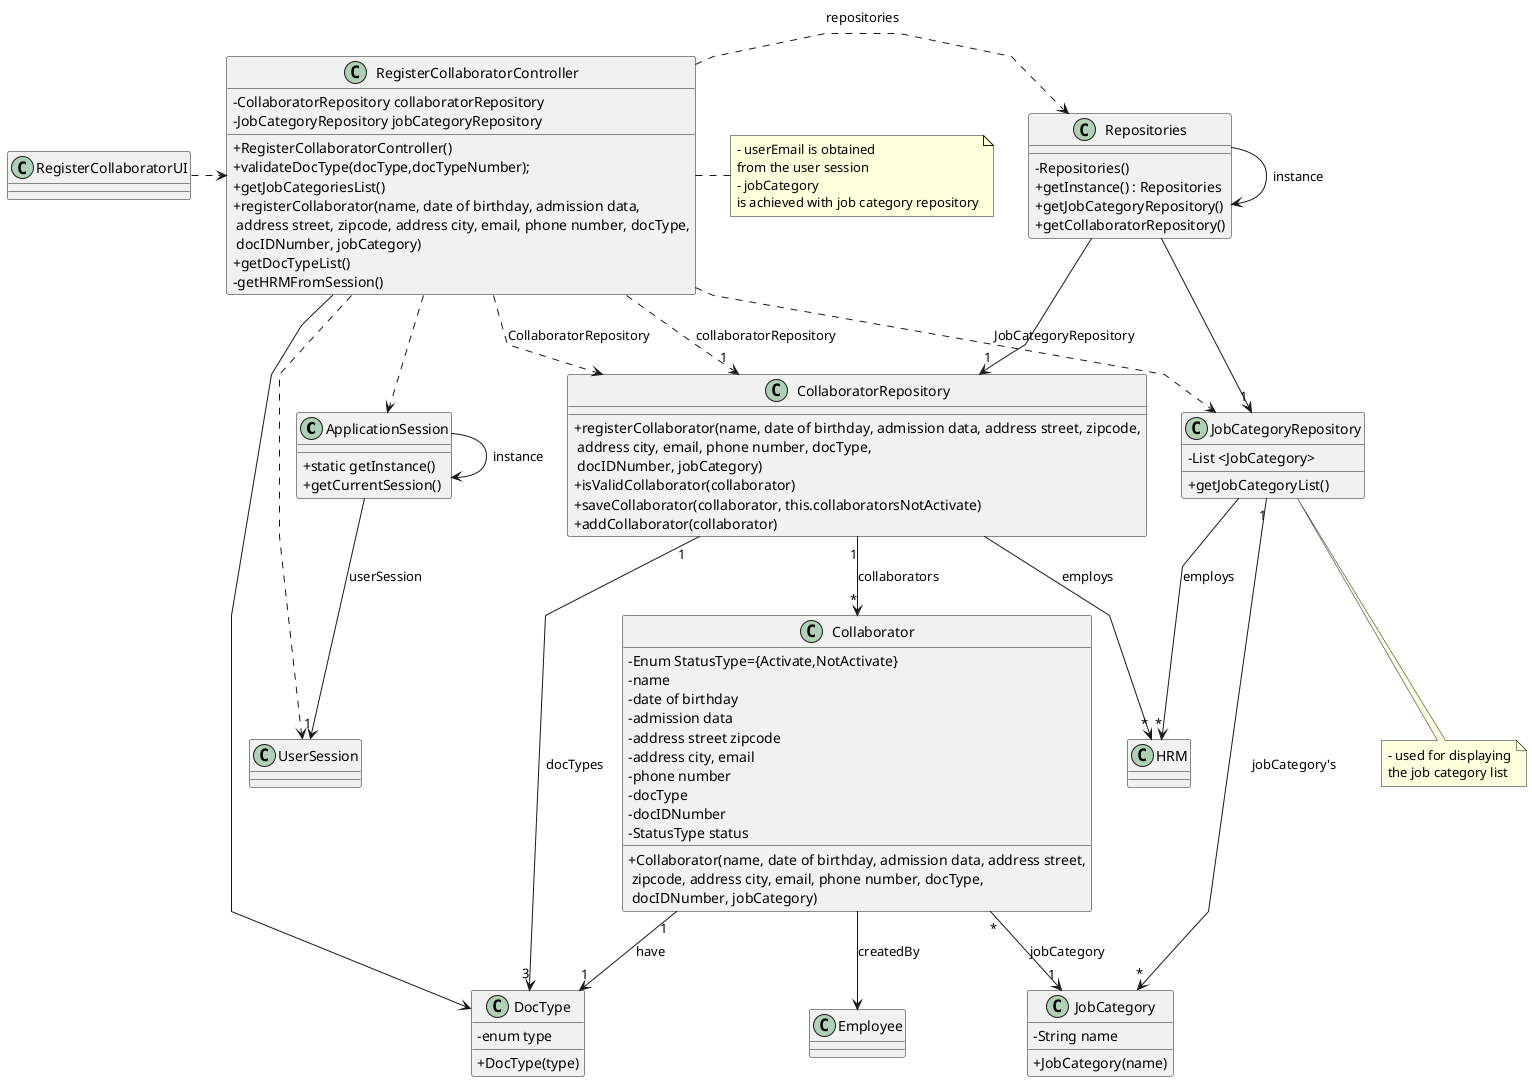
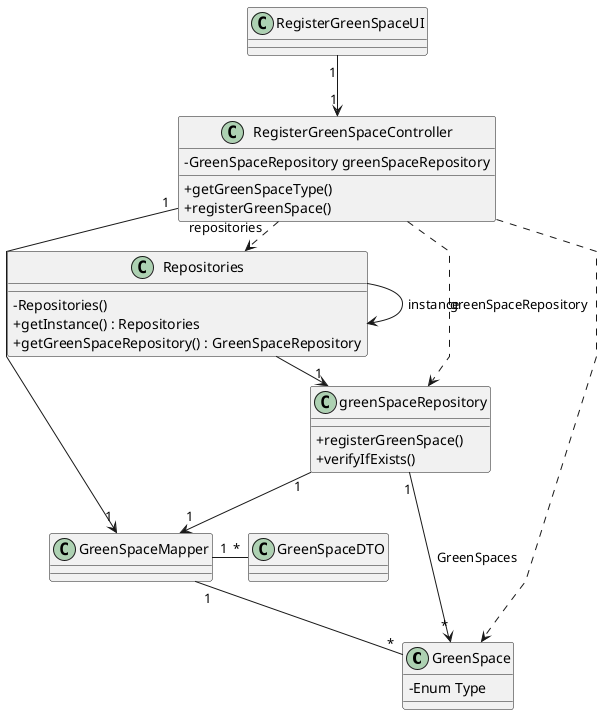
@startuml
'skinparam monochrome true
skinparam packageStyle rectangle
skinparam shadowing false
skinparam linetype polyline
'skinparam linetype orto

skinparam classAttributeIconSize 0

'left to right direction

- class ApplicationSession{
-     + static getInstance()
-     + getCurrentSession()
+ class GreenSpace {
+     -Enum Type
}

- class UserSession{
+ 
+ 
+ class greenSpaceRepository {
+ 
+            + registerGreenSpace()
+            + verifyIfExists()
+ 
}

- class HRM {
+ class GreenSpaceMapper{
+ 
}

- class Collaborator {
-     - Enum StatusType={Activate,NotActivate}
-     - name
-     - date of birthday
-     - admission data
-     - address street zipcode
-     - address city, email
-     - phone number
-     - docType
-     - docIDNumber
-     - StatusType status
+ class GreenSpaceDTO{

-     + Collaborator(name, date of birthday, admission data, address street,\n zipcode, address city, email, phone number, docType,\n docIDNumber, jobCategory)
- }
- 
- class JobCategory {
-     - String name
-     + JobCategory(name)
- }
- 
- class CollaboratorRepository {
-     + registerCollaborator(name, date of birthday, admission data, address street, zipcode,\n address city, email, phone number, docType,\n docIDNumber, jobCategory)
-     + isValidCollaborator(collaborator)
-     + saveCollaborator(collaborator, this.collaboratorsNotActivate)
-     + addCollaborator(collaborator)
- }
- 
- class DocType{
-     -enum type
-     +DocType(type)
- }
- 
- class JobCategoryRepository {
-     - List <JobCategory>
-     + getJobCategoryList()
}


class Repositories {
-     - Repositories()
-     + getInstance() : Repositories
-     + getJobCategoryRepository()
-     + getCollaboratorRepository()
+         - Repositories()
+         + getInstance() : Repositories
+         + getGreenSpaceRepository() : GreenSpaceRepository
}

- class RegisterCollaboratorController {
-     - CollaboratorRepository collaboratorRepository
-     - JobCategoryRepository jobCategoryRepository
-     + RegisterCollaboratorController()
-     + validateDocType(docType,docTypeNumber);
-     + getJobCategoriesList()
-     + registerCollaborator(name, date of birthday, admission data,\n address street, zipcode, address city, email, phone number, docType,\n docIDNumber, jobCategory)
-     + getDocTypeList()
-     - getHRMFromSession()
+ class RegisterGreenSpaceController{
+     - GreenSpaceRepository greenSpaceRepository
+         + getGreenSpaceType()
+         + registerGreenSpace()
+ 
}

- note right of RegisterCollaboratorController
-     - userEmail is obtained
-     from the user session
-     - jobCategory
-     is achieved with job category repository
- end note

- note bottom of JobCategoryRepository
-     - used for displaying
-     the job category list
- end note

- class RegisterCollaboratorUI {
- }
+ 
+ GreenSpaceMapper "1" - "*" GreenSpaceDTO
+ GreenSpaceMapper "1" -- "*" GreenSpace
+ 
+ RegisterGreenSpaceController "1" -> "1" GreenSpaceMapper
+ greenSpaceRepository "1" --> "1" GreenSpaceMapper
+ RegisterGreenSpaceUI"1" --> "1" RegisterGreenSpaceController
+ 
+ 
+ RegisterGreenSpaceController .> Repositories : repositories
+ 
+ 
+ RegisterGreenSpaceController ..> GreenSpace
+ RegisterGreenSpaceController ..> greenSpaceRepository : greenSpaceRepository
+ 
+ 

Repositories -> Repositories : instance
- ApplicationSession -> ApplicationSession : instance
+ Repositories -> "1" greenSpaceRepository

- RegisterCollaboratorUI .> RegisterCollaboratorController
+ greenSpaceRepository "1" --> "*" GreenSpace : GreenSpaces

- RegisterCollaboratorController .> Repositories : repositories

- Repositories -> "1" JobCategoryRepository
- 
- RegisterCollaboratorController ..> CollaboratorRepository : CollaboratorRepository
- RegisterCollaboratorController ..> JobCategoryRepository : JobCategoryRepository
- RegisterCollaboratorController --> DocType
- Repositories --> "1" CollaboratorRepository
- 
- ApplicationSession --> "1" UserSession : userSession
- RegisterCollaboratorController ..> "1" CollaboratorRepository : collaboratorRepository
- RegisterCollaboratorController ..> ApplicationSession
- RegisterCollaboratorController ..> UserSession
- Collaborator "*" --> "1" JobCategory : jobCategory
- JobCategoryRepository "1" --> "*" JobCategory : jobCategory's
- CollaboratorRepository "1" --> "*" Collaborator : collaborators
- CollaboratorRepository "1" --> "3" DocType : docTypes
- Collaborator --> Employee : createdBy
- Collaborator "1" --> "1" DocType : have
- CollaboratorRepository --> "*" HRM : employs
- JobCategoryRepository --> "*" HRM : employs


@enduml